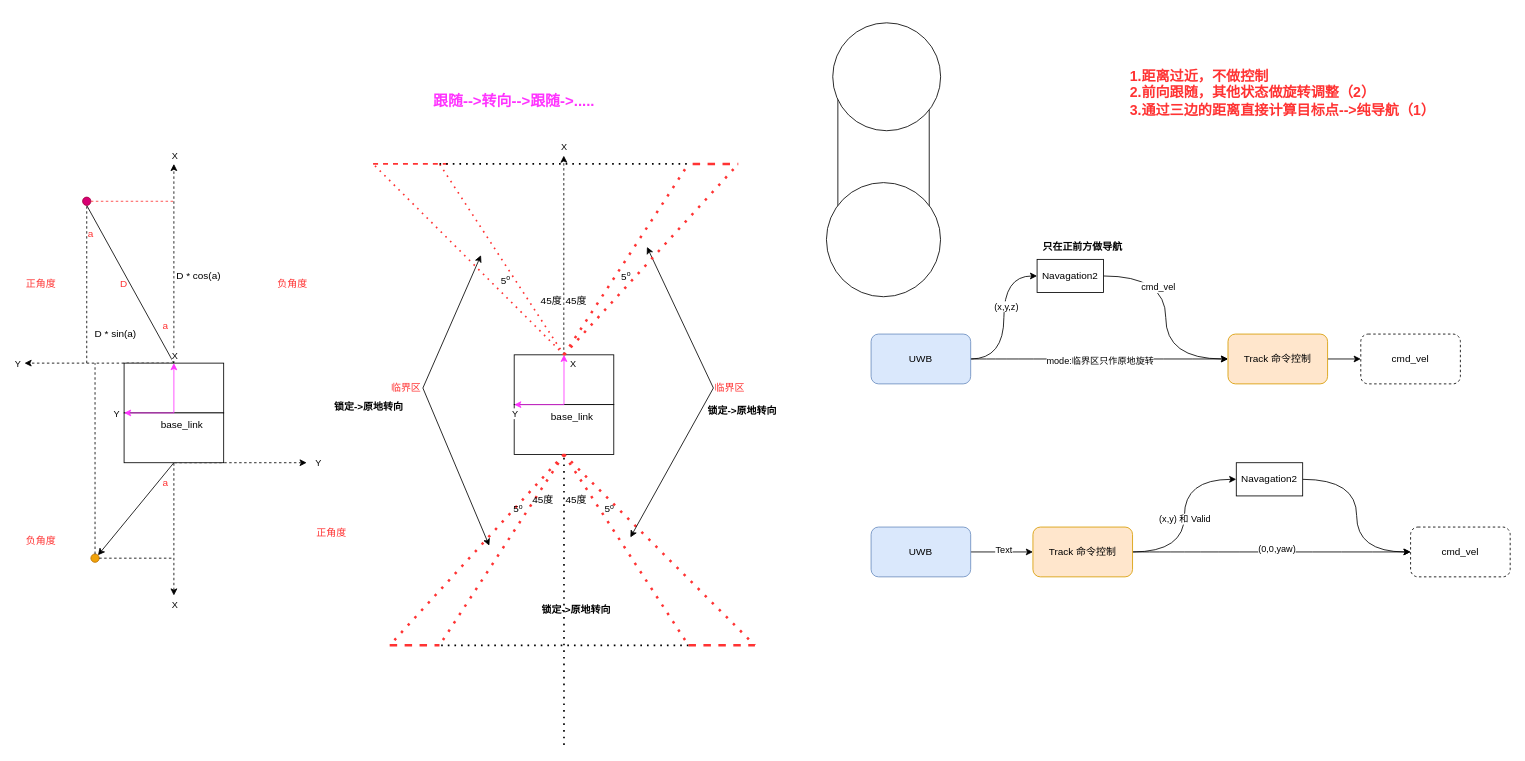
The draw.io diagram WorkSpace/ObjectTrack/UWB.drawio in mailonghua/drawio, before the edit. Source tidied: cells renumbered, new cells numbered last; positions are measured from the earlier drawing's top-left corner, leaving out a move shared by most shapes. Both pictures are drawn from the tidied source at 83%, with x=0, y=0 at pixel (16, 22).
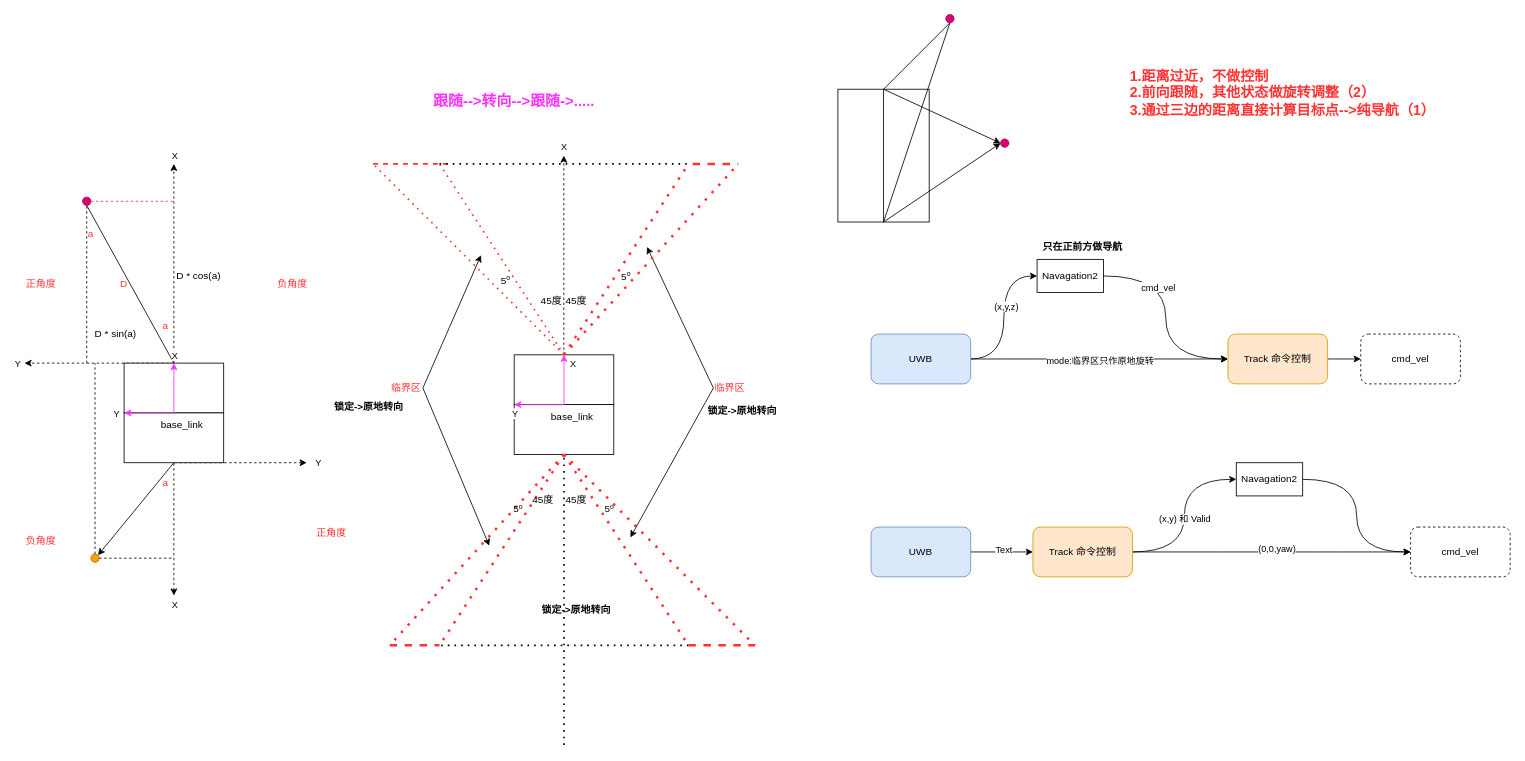
Above is the later version.

Unchanged cells that the change refers to:
```xml
<mxCell id="109" style="rounded=0;whiteSpace=wrap;html=1;" parent="1" vertex="1">
  <mxGeometry x="990" y="80" width="110" height="160" as="geometry" />
</mxCell>
```

Change to the diagram source:
```diff
@@
+    <mxCell id="112" style="edgeStyle=none;rounded=0;jettySize=auto;html=1;exitX=0.5;exitY=0;exitDx=0;exitDy=0;entryX=0.5;entryY=1;entryDx=0;entryDy=0;endArrow=none;endFill=0;" parent="1" edge="1" source="109" target="113">
+      <mxGeometry relative="1" as="geometry" />
+    </mxCell>
@@
-    <mxCell id="110" style="ellipse;whiteSpace=wrap;html=1;" parent="1" vertex="1">
-      <mxGeometry x="983.8" width="130" height="130" as="geometry" />
-    </mxCell>
-    <mxCell id="111" style="ellipse;whiteSpace=wrap;html=1;" parent="1" vertex="1">
-      <mxGeometry x="976.2" y="192.5" width="137.5" height="137.5" as="geometry" />
-    </mxCell>
+    <mxCell id="113" style="ellipse;whiteSpace=wrap;html=1;fillColor=#d80073;strokeColor=#A50040;fontColor=#ffffff;" parent="1" vertex="1">
+      <mxGeometry x="1120" y="-10" width="10" height="10" as="geometry" />
+    </mxCell>
+    <mxCell id="114" style="edgeStyle=none;rounded=0;jettySize=auto;html=1;exitX=0.5;exitY=1;exitDx=0;exitDy=0;entryX=0.5;entryY=1;entryDx=0;entryDy=0;endArrow=none;endFill=0;" parent="1" edge="1" source="109" target="113">
+      <mxGeometry relative="1" as="geometry" />
+    </mxCell>
+    <mxCell id="115" style="edgeStyle=none;rounded=0;orthogonalLoop=1;jettySize=auto;html=1;exitX=0.5;exitY=0;exitDx=0;exitDy=0;entryX=0.5;entryY=1;entryDx=0;entryDy=0;endArrow=none;endFill=0;" parent="1" edge="1" source="109" target="109">
+      <mxGeometry relative="1" as="geometry" />
+    </mxCell>
+    <mxCell id="116" style="ellipse;whiteSpace=wrap;html=1;fillColor=#d80073;strokeColor=#A50040;fontColor=#ffffff;" parent="1" vertex="1">
+      <mxGeometry x="1186" y="140" width="10" height="10" as="geometry" />
+    </mxCell>
+    <mxCell id="117" style="edgeStyle=none;rounded=0;jettySize=auto;html=1;exitX=0.5;exitY=0;exitDx=0;exitDy=0;entryX=0;entryY=0.5;entryDx=0;entryDy=0;" parent="1" edge="1" source="109" target="116">
+      <mxGeometry relative="1" as="geometry" />
+    </mxCell>
+    <mxCell id="118" style="edgeStyle=none;rounded=0;jettySize=auto;html=1;exitX=0.5;exitY=1;exitDx=0;exitDy=0;entryX=0;entryY=0.5;entryDx=0;entryDy=0;" parent="1" edge="1" source="109" target="116">
+      <mxGeometry relative="1" as="geometry" />
+    </mxCell>
```
